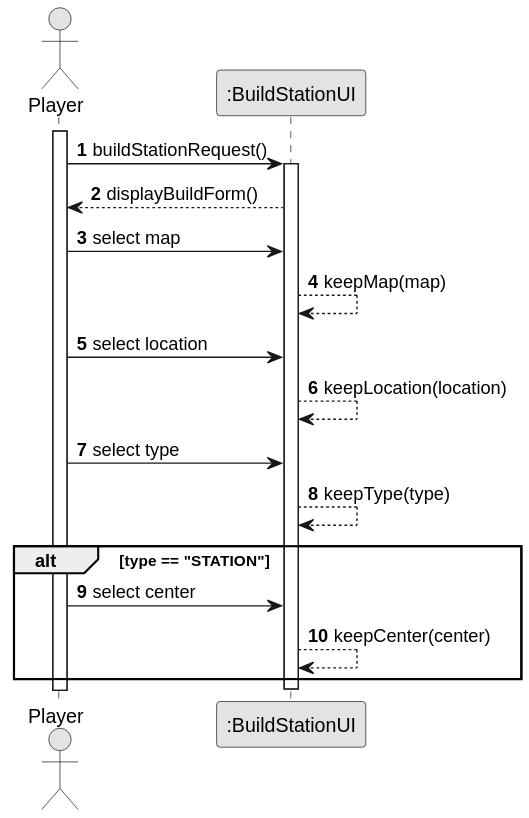
Before: docs/system-documentation/US005/03.design/svg/US005-SD-getInput.svg, a diagram exported from PlantUML (goncalolopesp/sem2-pi-24.25-g093-repo).
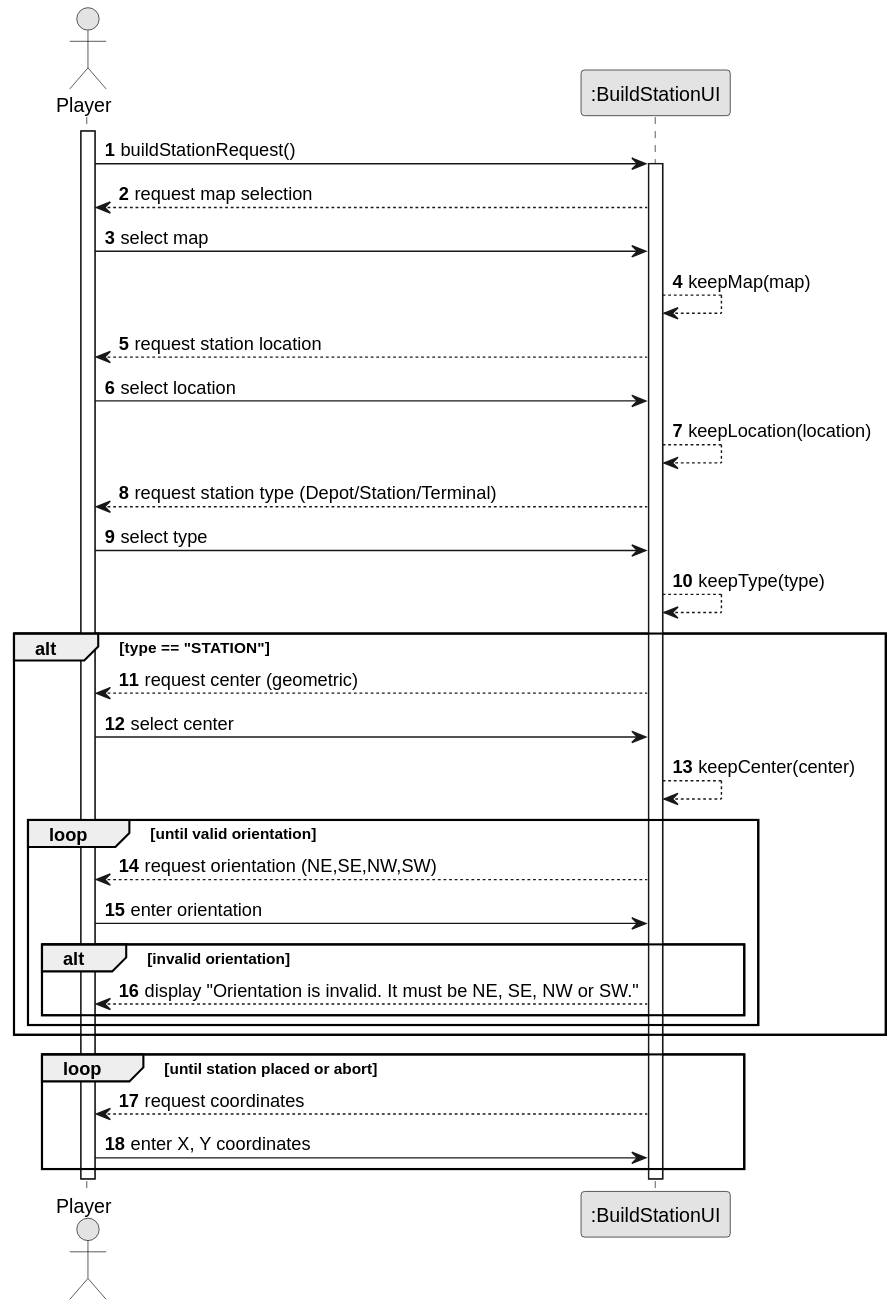
Later version of the same file.

Diff of the diagram source:
```diff
@@ -6,26 +6,43 @@
 autonumber
 
 actor "Player" as Player
-participant ":BuildStationUI" as BuildUI
+participant ":BuildStationUI" as BuildStationUI
 
 activate Player
-Player -> BuildUI : buildStationRequest()
-activate BuildUI
-BuildUI --> Player : displayBuildForm()
+Player -> BuildStationUI : buildStationRequest()
+activate BuildStationUI
+BuildStationUI --> Player : request map selection
 
-Player -> BuildUI : select map
-BuildUI --> BuildUI : keepMap(map)
+Player -> BuildStationUI : select map
+BuildStationUI --> BuildStationUI : keepMap(map)
 
-Player -> BuildUI : select location
-BuildUI --> BuildUI : keepLocation(location)
+BuildStationUI --> Player : request station location
+Player -> BuildStationUI : select location
+BuildStationUI --> BuildStationUI : keepLocation(location)
 
-Player -> BuildUI : select type
-BuildUI --> BuildUI : keepType(type)
+BuildStationUI --> Player : request station type (Depot/Station/Terminal)
+Player -> BuildStationUI : select type
+BuildStationUI --> BuildStationUI : keepType(type)
 
 alt type == "STATION"
-  Player -> BuildUI : select center
-  BuildUI --> BuildUI : keepCenter(center)
+  BuildStationUI --> Player : request center (geometric)
+  Player -> BuildStationUI : select center
+  BuildStationUI --> BuildStationUI : keepCenter(center)
+
+  loop until valid orientation
+    BuildStationUI --> Player : request orientation (NE,SE,NW,SW)
+    Player -> BuildStationUI : enter orientation
+    alt invalid orientation
+      BuildStationUI --> Player : display "Orientation is invalid. It must be NE, SE, NW or SW."
+    end
+  end
 end
 
-deactivate BuildUI
+loop until station placed or abort
+  BuildStationUI --> Player : request coordinates
+  Player -> BuildStationUI : enter X, Y coordinates
+end
+
+deactivate BuildStationUI
+deactivate Player
 @enduml
```
